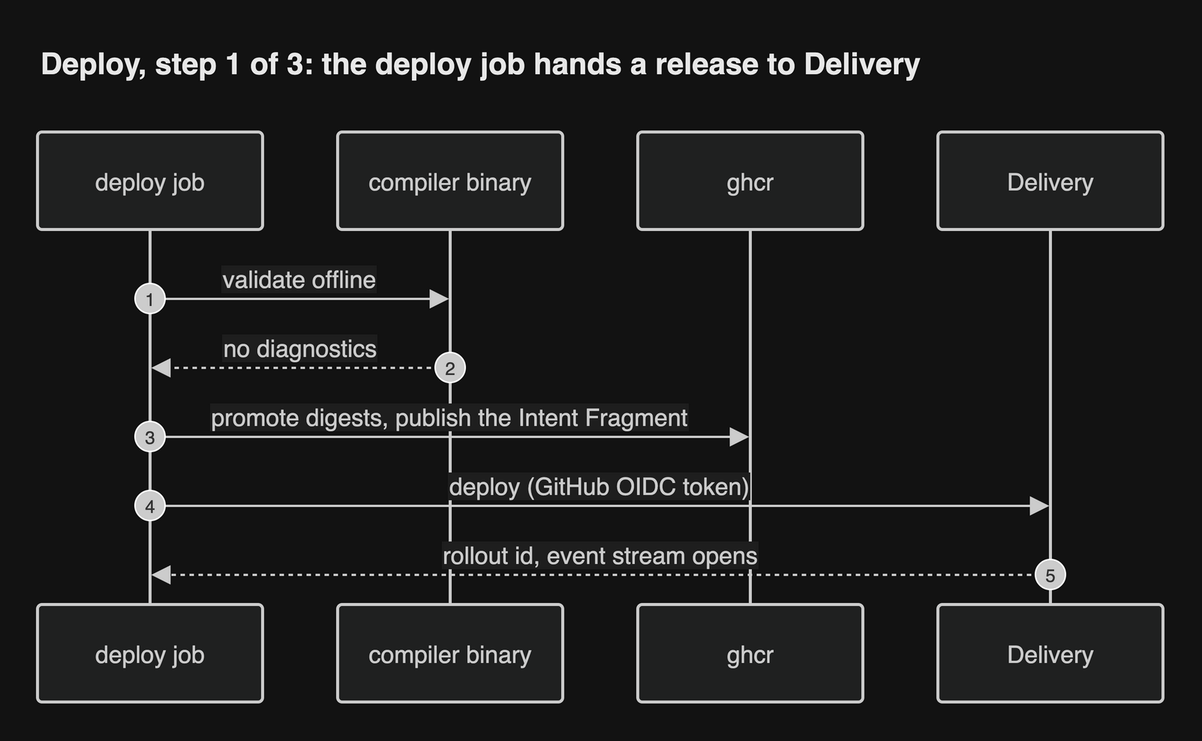
Before: docs/diagrams/png/seq-deploy-1-admit.png, a diagram exported from draw.io (JorisJonkers-dev/estate-kit). Source tidied: cells renumbered, new cells last; positions are measured from the earlier drawing's top-left corner, leaving out a move shared by most shapes.
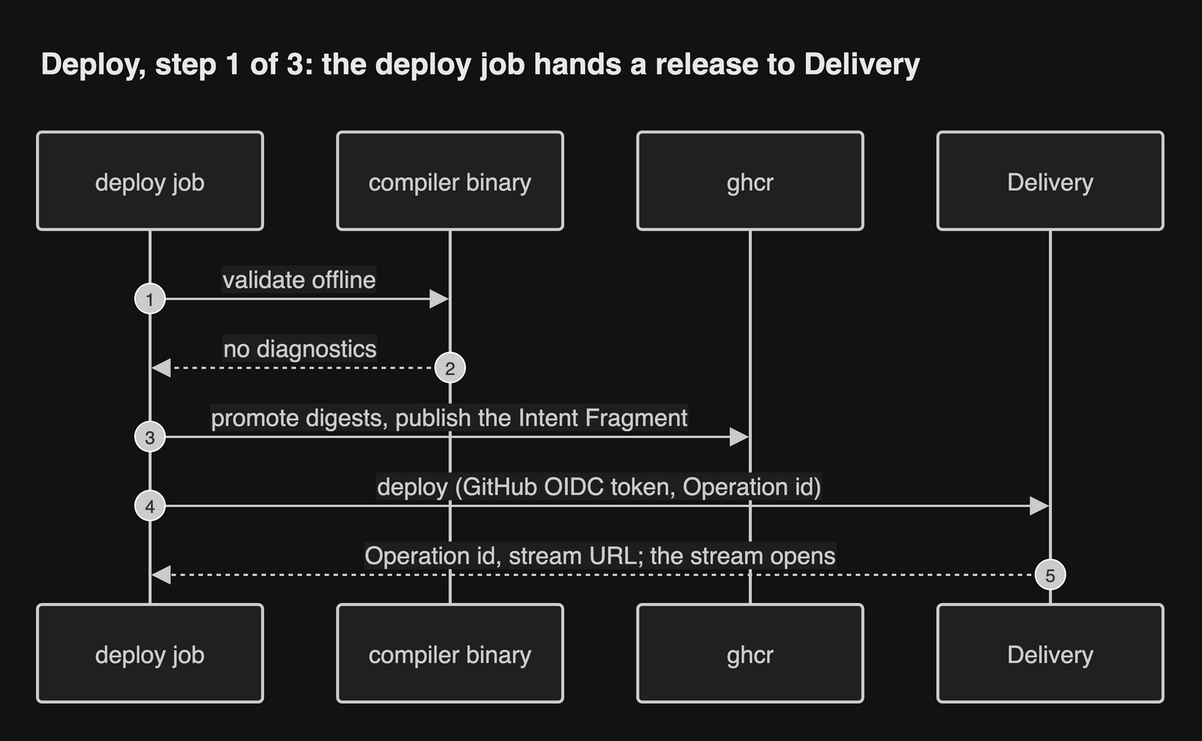
After the commit.

Commit message:
docs: show Flux observed closely and the live Operation on the deploy pages (#196)

Change to the diagram source:
```diff
@@ -44,7 +44,7 @@
     <mxCell id="11" value="3" style="ellipse;fillColor=light-dark(#333333,#cccccc);align=center;verticalAlign=middle;fontColor=light-dark(#FFFFFF,#333333);fontSize=12;fontFamily=Helvetica;" parent="1" vertex="1">
       <mxGeometry x="65" y="257" width="20" height="20" as="geometry" />
     </mxCell>
-    <mxCell id="12" value="deploy (GitHub OIDC token)" style="endArrow=block;endSize=9;verticalAlign=bottom;spacingBottom=2;edgeStyle=sequenceEdgeStyle;libavoidRouting=0;curved=0;rounded=0;fontSize=16;strokeWidth=1.5;strokeColor=light-dark(#333333,#cccccc);fontColor=light-dark(#333333,#cccccc);fontFamily=Helvetica;labelBackgroundColor=light-dark(#ffffff,#1e1e1e);" parent="1" edge="1" source="2" target="5">
+    <mxCell id="12" value="deploy (GitHub OIDC token, Operation id)" style="endArrow=block;endSize=9;verticalAlign=bottom;spacingBottom=2;edgeStyle=sequenceEdgeStyle;libavoidRouting=0;curved=0;rounded=0;fontSize=16;strokeWidth=1.5;strokeColor=light-dark(#333333,#cccccc);fontColor=light-dark(#333333,#cccccc);fontFamily=Helvetica;labelBackgroundColor=light-dark(#ffffff,#1e1e1e);" parent="1" edge="1" source="2" target="5">
       <mxGeometry relative="1" as="geometry">
         <Array as="points">
           <mxPoint x="375" y="313" />
@@ -54,7 +54,7 @@
     <mxCell id="13" value="4" style="ellipse;fillColor=light-dark(#333333,#cccccc);align=center;verticalAlign=middle;fontColor=light-dark(#FFFFFF,#333333);fontSize=12;fontFamily=Helvetica;" parent="1" vertex="1">
       <mxGeometry x="65" y="303" width="20" height="20" as="geometry" />
     </mxCell>
-    <mxCell id="14" value="rollout id, event stream opens" style="dashed=1;fixDash=1;dashPattern=3 3;endArrow=block;endSize=9;verticalAlign=bottom;spacingBottom=2;edgeStyle=sequenceEdgeStyle;libavoidRouting=0;curved=0;rounded=0;fontSize=16;strokeWidth=1.5;strokeColor=light-dark(#333333,#cccccc);fontColor=light-dark(#333333,#cccccc);fontFamily=Helvetica;labelBackgroundColor=light-dark(#ffffff,#1e1e1e);" parent="1" edge="1" source="5" target="2">
+    <mxCell id="14" value="Operation id, stream URL; the stream opens" style="dashed=1;fixDash=1;dashPattern=3 3;endArrow=block;endSize=9;verticalAlign=bottom;spacingBottom=2;edgeStyle=sequenceEdgeStyle;libavoidRouting=0;curved=0;rounded=0;fontSize=16;strokeWidth=1.5;strokeColor=light-dark(#333333,#cccccc);fontColor=light-dark(#333333,#cccccc);fontFamily=Helvetica;labelBackgroundColor=light-dark(#ffffff,#1e1e1e);" parent="1" edge="1" source="5" target="2">
       <mxGeometry relative="1" as="geometry">
         <Array as="points">
           <mxPoint x="375" y="359" />
```
